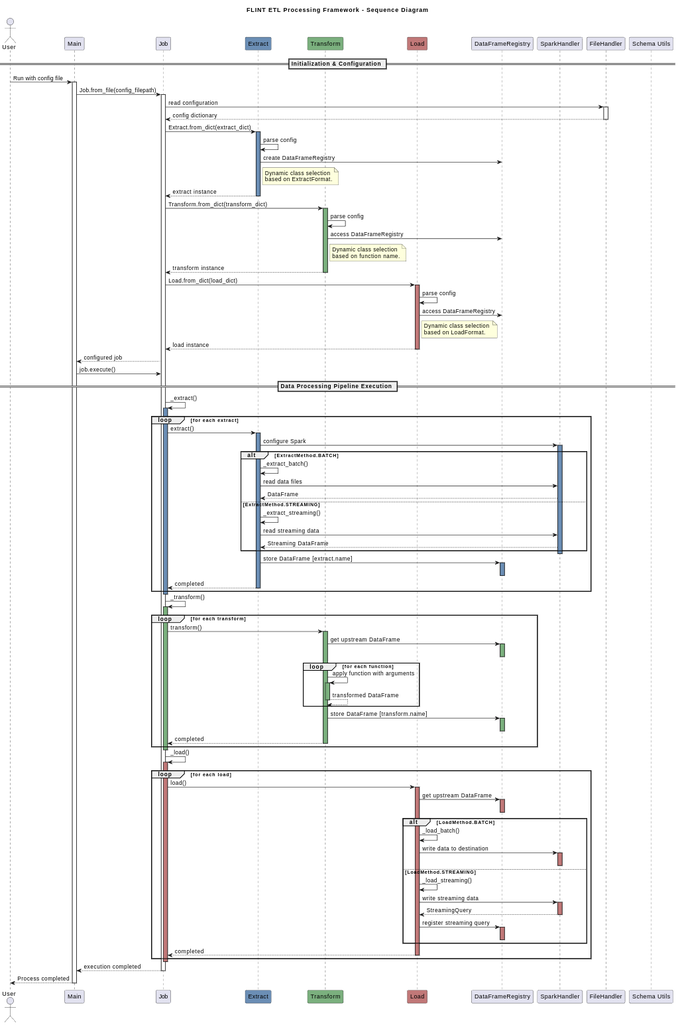
Before: docs/sequence_diagram.png, a diagram exported from PlantUML (KrijnvanderBurg/config-driven-ETL-framework). Its source is kept beside it as docs/sequence_diagram.plantuml.
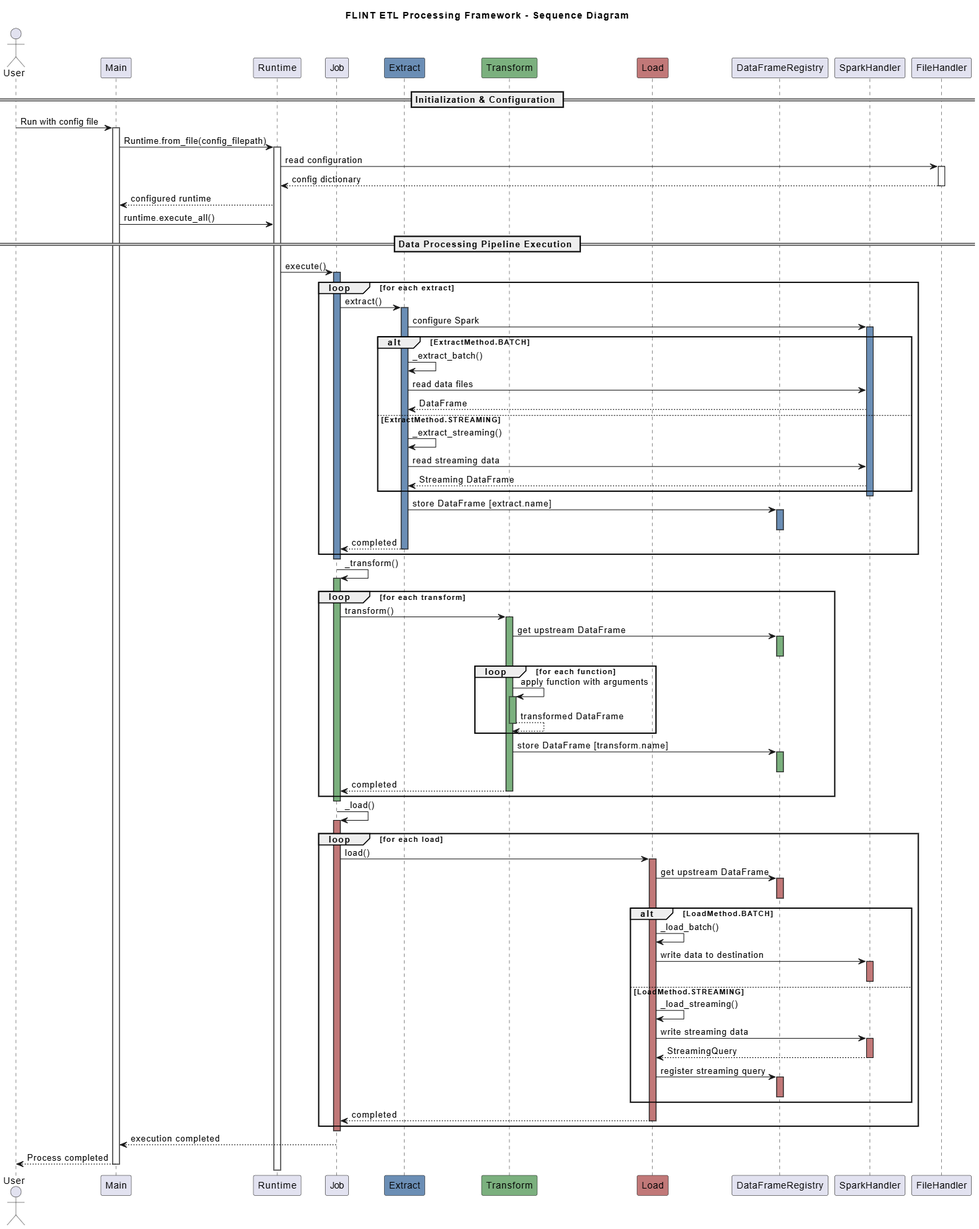
Later version of the same file.

The edit, as a diff of the source:
```diff
@@ -8,6 +8,7 @@
 
 actor User
 participant "Main" as Main
+participant "Runtime" as Runtime
 participant "Job" as Job
 participant "Extract" as Extract EXTRACT_COLOR
 participant "Transform" as Transform TRANSFORM_COLOR
@@ -15,48 +16,23 @@
 participant "DataFrameRegistry" as Registry
 participant "SparkHandler" as Spark
 participant "FileHandler" as FileHandler
-participant "Schema Utils" as SchemaUtils
 
 == Initialization & Configuration ==
 User -> Main: Run with config file
 activate Main
-Main -> Job: Job.from_file(config_filepath)
-activate Job
+Main -> Runtime: Runtime.from_file(config_filepath)
+activate Runtime
 
-Job -> FileHandler: read configuration
+Runtime -> FileHandler: read configuration
 activate FileHandler
-FileHandler --> Job: config dictionary
+FileHandler --> Runtime: config dictionary
 deactivate FileHandler
 
-Job -> Extract: Extract.from_dict(extract_dict)
-activate Extract EXTRACT_COLOR
-Extract -> Extract: parse config
-Extract -> Registry: create DataFrameRegistry
-Note right of Extract: Dynamic class selection \nbased on ExtractFormat.
-Extract --> Job: extract instance
-deactivate Extract
-
-Job -> Transform: Transform.from_dict(transform_dict)
-activate Transform TRANSFORM_COLOR
-Transform -> Transform: parse config
-Transform -> Registry: access DataFrameRegistry
-Note right of Transform: Dynamic class selection \nbased on function name.
-Transform --> Job: transform instance
-deactivate Transform
-
-Job -> Load: Load.from_dict(load_dict)
-activate Load LOAD_COLOR
-Load -> Load: parse config
-Load -> Registry: access DataFrameRegistry
-Note right of Load: Dynamic class selection \nbased on LoadFormat.
-Load --> Job: load instance
-deactivate Load
-
-Job --> Main: configured job
-Main -> Job: job.execute()
+Runtime --> Main: configured runtime
+Main -> Runtime: runtime.execute_all()
 
 == Data Processing Pipeline Execution ==
-Job -> Job: _extract()
+Runtime -> Job: execute()
 activate Job EXTRACT_COLOR
 
 loop for each extract
```
